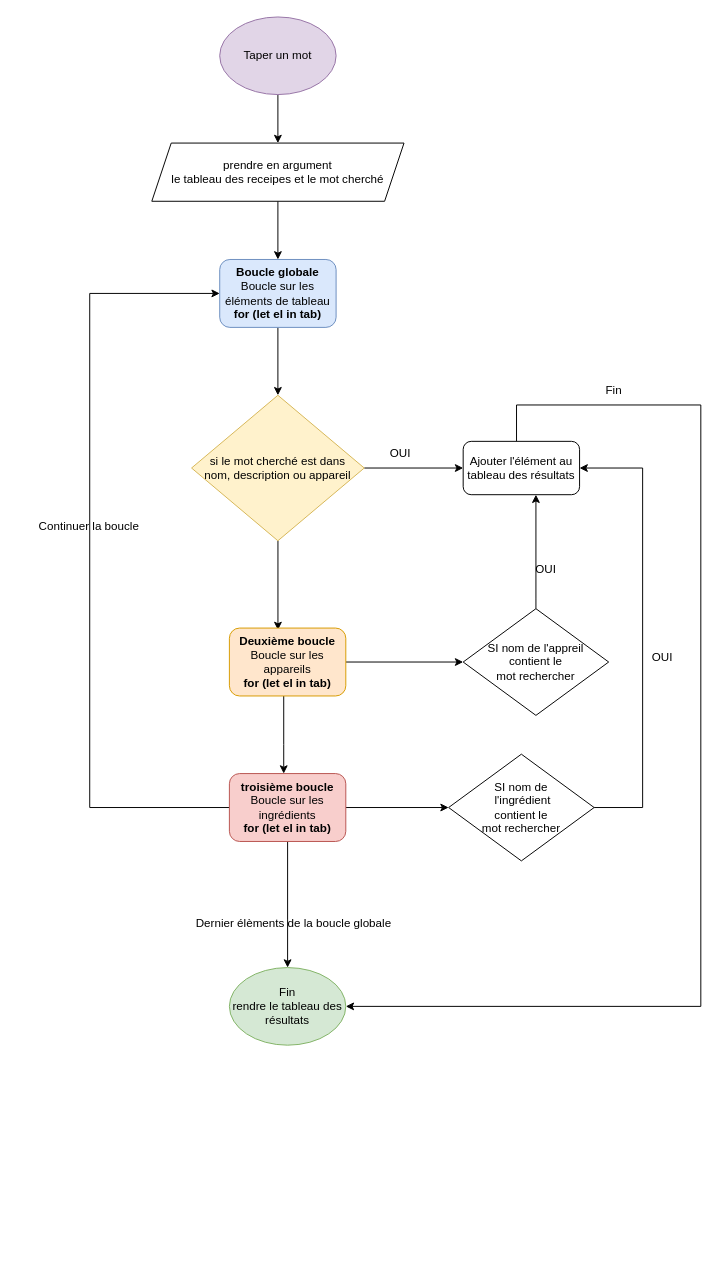
This is diagrams/diagram_algo_loop.drawio from oumaimameddah/Les-petits-plats, a draw.io file, before an edit. Source tidied: cells renumbered, new cells numbered last; positions are measured from the earlier drawing's top-left corner, leaving out a move shared by most shapes. Both pictures are drawn from the tidied source at 97%, with x=0, y=0 at pixel (25, 16).
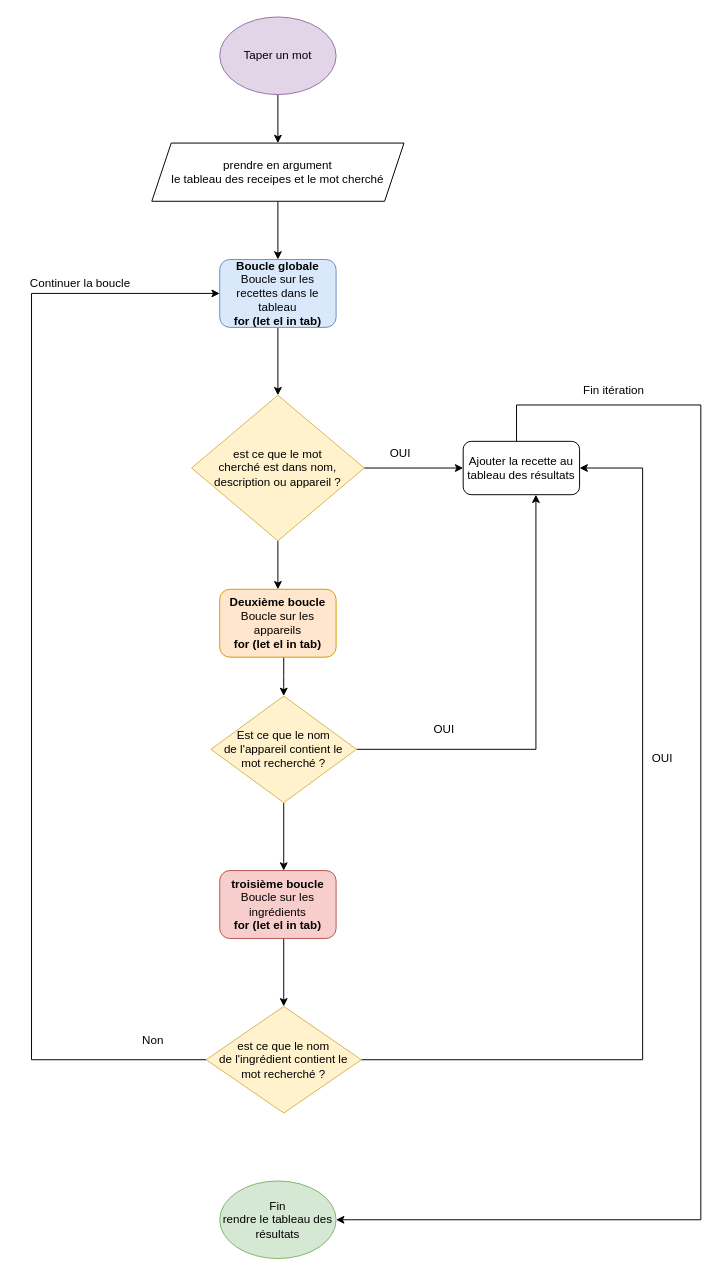
Above is the later version.

Commit message (it also covers changes not shown here):
Modifier les diagrams PDF et fichier draw IO

Change to the diagram source:
```diff
@@
-    <mxCell id="5" value="&lt;b&gt;Boucle globale&lt;br&gt;&lt;/b&gt;Boucle sur les éléments de tableau&lt;br&gt;&lt;b&gt;for (let el in tab)&lt;/b&gt;" style="rounded=1;whiteSpace=wrap;html=1;fillColor=#dae8fc;strokeColor=#6c8ebf;" parent="1" vertex="1">
+    <mxCell id="5" value="&lt;b&gt;Boucle globale&lt;br&gt;&lt;/b&gt;Boucle sur les recettes dans le tableau&lt;br&gt;&lt;b&gt;for (let el in tab)&lt;/b&gt;" style="rounded=1;whiteSpace=wrap;html=1;fillColor=#dae8fc;strokeColor=#6c8ebf;" parent="1" vertex="1">
       <mxGeometry x="200" y="250" width="120" height="70" as="geometry" />
     </mxCell>
@@
-    <mxCell id="9" style="edgeStyle=orthogonalEdgeStyle;rounded=0;jettySize=auto;html=1;entryX=0.417;entryY=0.029;entryDx=0;entryDy=0;entryPerimeter=0;" parent="1" edge="1" source="10" target="16">
+    <mxCell id="9" style="edgeStyle=orthogonalEdgeStyle;rounded=0;jettySize=auto;html=1;entryX=0.5;entryY=0;entryDx=0;entryDy=0;" parent="1" edge="1" source="10" target="16">
       <mxGeometry relative="1" as="geometry" />
     </mxCell>
-    <mxCell id="10" value="si le mot cherché est dans&lt;br&gt;nom, description ou appareil" style="rhombus;whiteSpace=wrap;html=1;fillColor=#fff2cc;strokeColor=#d6b656;" parent="1" vertex="1">
+    <mxCell id="10" value="est ce que le mot &lt;br&gt;cherché est dans nom, description ou appareil ?" style="rhombus;whiteSpace=wrap;html=1;fillColor=#fff2cc;strokeColor=#d6b656;" parent="1" vertex="1">
       <mxGeometry x="171" y="390" width="178" height="150" as="geometry" />
     </mxCell>
     <mxCell id="11" style="edgeStyle=orthogonalEdgeStyle;rounded=0;jettySize=auto;html=1;entryX=1;entryY=0.5;entryDx=0;entryDy=0;fontSize=12;" parent="1" edge="1" source="12" target="28">
       <mxGeometry relative="1" as="geometry">
         <Array as="points">
           <mxPoint x="506" y="400" />
           <mxPoint x="696" y="400" />
-          <mxPoint x="696" y="1020" />
+          <mxPoint x="696" y="1240" />
         </Array>
       </mxGeometry>
     </mxCell>
-    <mxCell id="12" value="Ajouter l'élément au tableau des résultats" style="rounded=1;whiteSpace=wrap;html=1;" parent="1" vertex="1">
+    <mxCell id="12" value="Ajouter la recette au tableau des résultats" style="rounded=1;whiteSpace=wrap;html=1;" parent="1" vertex="1">
       <mxGeometry x="451" y="437.5" width="120" height="55" as="geometry" />
     </mxCell>
@@
-    <mxCell id="14" style="edgeStyle=orthogonalEdgeStyle;rounded=0;jettySize=auto;html=1;entryX=0;entryY=0.5;entryDx=0;entryDy=0;fontSize=12;" parent="1" edge="1" source="16" target="18">
-      <mxGeometry relative="1" as="geometry" />
+    <mxCell id="14" style="edgeStyle=orthogonalEdgeStyle;rounded=0;jettySize=auto;html=1;" parent="1" edge="1" source="16" target="18">
+      <mxGeometry relative="1" as="geometry">
+        <Array as="points">
+          <mxPoint x="266" y="680" />
+          <mxPoint x="266" y="680" />
+        </Array>
+      </mxGeometry>
     </mxCell>
-    <mxCell id="15" style="edgeStyle=orthogonalEdgeStyle;rounded=0;jettySize=auto;html=1;fontSize=12;" parent="1" edge="1" source="16" target="23">
-      <mxGeometry relative="1" as="geometry">
-        <Array as="points">
-          <mxPoint x="266" y="750" />
-          <mxPoint x="266" y="750" />
-        </Array>
-      </mxGeometry>
-    </mxCell>
     <mxCell id="16" value="&lt;b&gt;Deuxième boucle&lt;br&gt;&lt;/b&gt;Boucle sur les appareils&lt;br&gt;&lt;b&gt;for (let el in tab)&lt;/b&gt;" style="rounded=1;whiteSpace=wrap;html=1;fillColor=#ffe6cc;strokeColor=#d79b00;" parent="1" vertex="1">
-      <mxGeometry x="210" y="630" width="120" height="70" as="geometry" />
+      <mxGeometry x="200" y="590" width="120" height="70" as="geometry" />
     </mxCell>
     <mxCell id="17" style="edgeStyle=orthogonalEdgeStyle;rounded=0;jettySize=auto;html=1;entryX=0.625;entryY=1;entryDx=0;entryDy=0;entryPerimeter=0;fontSize=12;" parent="1" edge="1" source="18" target="12">
       <mxGeometry relative="1" as="geometry">
         <Array as="points">
-          <mxPoint x="526" y="600" />
-          <mxPoint x="526" y="600" />
+          <mxPoint x="526" y="755" />
         </Array>
       </mxGeometry>
     </mxCell>
+    <mxCell id="31" style="edgeStyle=orthogonalEdgeStyle;rounded=0;jettySize=auto;html=1;" parent="1" edge="1" source="18" target="23">
+      <mxGeometry relative="1" as="geometry">
+        <Array as="points">
+          <mxPoint x="266" y="890" />
+          <mxPoint x="266" y="890" />
+        </Array>
+      </mxGeometry>
+    </mxCell>
-    <mxCell id="18" value="&lt;font style=&quot;font-size: 12px;&quot;&gt;SI nom de l'appreil &lt;br&gt;contient le &lt;br&gt;mot rechercher&lt;/font&gt;" style="rhombus;whiteSpace=wrap;html=1;" parent="1" vertex="1">
-      <mxGeometry x="451" y="610" width="150" height="110" as="geometry" />
+    <mxCell id="18" value="&lt;font style=&quot;font-size: 12px;&quot;&gt;Est ce que le nom &lt;br&gt;de l'appareil contient le &lt;br&gt;mot recherché ?&lt;/font&gt;" style="rhombus;whiteSpace=wrap;html=1;fillColor=#fff2cc;strokeColor=#d6b656;" parent="1" vertex="1">
+      <mxGeometry x="191" y="700" width="150" height="110" as="geometry" />
     </mxCell>
     <mxCell id="19" value="OUI" style="text;html=1;align=center;verticalAlign=middle;strokeColor=none;fillColor=none;fontSize=12;" parent="1" vertex="1">
-      <mxGeometry x="516" y="555" width="40" height="30" as="geometry" />
+      <mxGeometry x="411" y="720" width="40" height="30" as="geometry" />
     </mxCell>
-    <mxCell id="20" style="edgeStyle=orthogonalEdgeStyle;rounded=0;jettySize=auto;html=1;fontSize=12;" parent="1" edge="1" source="23" target="25">
-      <mxGeometry relative="1" as="geometry" />
+    <mxCell id="20" style="edgeStyle=orthogonalEdgeStyle;rounded=0;jettySize=auto;html=1;fontSize=12;entryX=0.5;entryY=0;entryDx=0;entryDy=0;" parent="1" edge="1" source="23" target="25">
+      <mxGeometry relative="1" as="geometry">
+        <Array as="points">
+          <mxPoint x="266" y="1000" />
+        </Array>
+      </mxGeometry>
     </mxCell>
-    <mxCell id="21" style="edgeStyle=orthogonalEdgeStyle;rounded=0;jettySize=auto;html=1;fontSize=12;entryX=0;entryY=0.5;entryDx=0;entryDy=0;" parent="1" edge="1" source="23" target="5">
-      <mxGeometry relative="1" as="geometry">
-        <Array as="points">
-          <mxPoint x="66" y="815" />
-          <mxPoint x="66" y="285" />
-        </Array>
-      </mxGeometry>
-    </mxCell>
-    <mxCell id="22" style="edgeStyle=orthogonalEdgeStyle;rounded=0;jettySize=auto;html=1;fontSize=12;" parent="1" edge="1" source="23" target="28">
-      <mxGeometry relative="1" as="geometry">
-        <Array as="points">
-          <mxPoint x="270" y="930" />
-          <mxPoint x="270" y="930" />
-        </Array>
-      </mxGeometry>
-    </mxCell>
     <mxCell id="23" value="&lt;b&gt;troisième boucle&lt;br&gt;&lt;/b&gt;Boucle sur les ingrédients&lt;br&gt;&lt;b&gt;for (let el in tab)&lt;/b&gt;" style="rounded=1;whiteSpace=wrap;html=1;fillColor=#f8cecc;strokeColor=#b85450;" parent="1" vertex="1">
-      <mxGeometry x="210" y="780" width="120" height="70" as="geometry" />
+      <mxGeometry x="200" y="880" width="120" height="70" as="geometry" />
     </mxCell>
     <mxCell id="24" style="edgeStyle=orthogonalEdgeStyle;rounded=0;jettySize=auto;html=1;entryX=1;entryY=0.5;entryDx=0;entryDy=0;fontSize=12;" parent="1" edge="1" source="25" target="12">
       <mxGeometry relative="1" as="geometry">
         <Array as="points">
-          <mxPoint x="636" y="815" />
+          <mxPoint x="636" y="1075" />
           <mxPoint x="636" y="465" />
         </Array>
       </mxGeometry>
     </mxCell>
+    <mxCell id="32" style="edgeStyle=orthogonalEdgeStyle;rounded=0;jettySize=auto;html=1;entryX=0;entryY=0.5;entryDx=0;entryDy=0;" parent="1" edge="1" source="25" target="5">
+      <mxGeometry relative="1" as="geometry">
+        <Array as="points">
+          <mxPoint x="6" y="1075" />
+          <mxPoint x="6" y="285" />
+        </Array>
+      </mxGeometry>
+    </mxCell>
-    <mxCell id="25" value="&lt;font style=&quot;font-size: 12px;&quot;&gt;SI nom de&lt;br&gt;&amp;nbsp;l'ingrédient&lt;br&gt;contient le &lt;br&gt;mot rechercher&lt;/font&gt;" style="rhombus;whiteSpace=wrap;html=1;" parent="1" vertex="1">
-      <mxGeometry x="436" y="760" width="150" height="110" as="geometry" />
+    <mxCell id="25" value="&lt;font style=&quot;font-size: 12px;&quot;&gt;est ce que le nom &lt;br&gt;de l'ingrédient contient le &lt;br&gt;mot recherché ?&lt;/font&gt;" style="rhombus;whiteSpace=wrap;html=1;fillColor=#fff2cc;strokeColor=#d6b656;" parent="1" vertex="1">
+      <mxGeometry x="186" y="1020" width="160" height="110" as="geometry" />
     </mxCell>
     <mxCell id="26" value="OUI" style="text;html=1;align=center;verticalAlign=middle;strokeColor=none;fillColor=none;fontSize=12;" parent="1" vertex="1">
-      <mxGeometry x="636" y="645" width="40" height="30" as="geometry" />
+      <mxGeometry x="636" y="750" width="40" height="30" as="geometry" />
     </mxCell>
     <mxCell id="27" value="Continuer la boucle" style="text;html=1;align=center;verticalAlign=middle;strokeColor=none;fillColor=none;fontSize=12;" parent="1" vertex="1">
-      <mxGeometry y="510" width="130" height="30" as="geometry" />
+      <mxGeometry x="-9" y="260" width="130" height="30" as="geometry" />
     </mxCell>
     <mxCell id="28" value="Fin&lt;br&gt;rendre le tableau des résultats" style="ellipse;whiteSpace=wrap;html=1;fontSize=12;fillColor=#d5e8d4;strokeColor=#82b366;" parent="1" vertex="1">
-      <mxGeometry x="210" y="980" width="120" height="80" as="geometry" />
+      <mxGeometry x="200" y="1200" width="120" height="80" as="geometry" />
     </mxCell>
-    <mxCell id="29" value="Dernier élèments de la boucle globale" style="text;html=1;align=center;verticalAlign=middle;strokeColor=none;fillColor=none;fontSize=12;" parent="1" vertex="1">
-      <mxGeometry x="166" y="920" width="220" height="30" as="geometry" />
-    </mxCell>
-    <mxCell id="30" value="Fin" style="text;html=1;align=center;verticalAlign=middle;strokeColor=none;fillColor=none;fontSize=12;" parent="1" vertex="1">
-      <mxGeometry x="586" y="370" width="40" height="30" as="geometry" />
+    <mxCell id="30" value="Fin itération" style="text;html=1;align=center;verticalAlign=middle;strokeColor=none;fillColor=none;fontSize=12;" parent="1" vertex="1">
+      <mxGeometry x="561" y="370" width="90" height="30" as="geometry" />
     </mxCell>
+    <mxCell id="33" value="Non" style="text;html=1;align=center;verticalAlign=middle;strokeColor=none;fillColor=none;" parent="1" vertex="1">
+      <mxGeometry x="106" y="1040" width="50" height="30" as="geometry" />
+    </mxCell>
```
